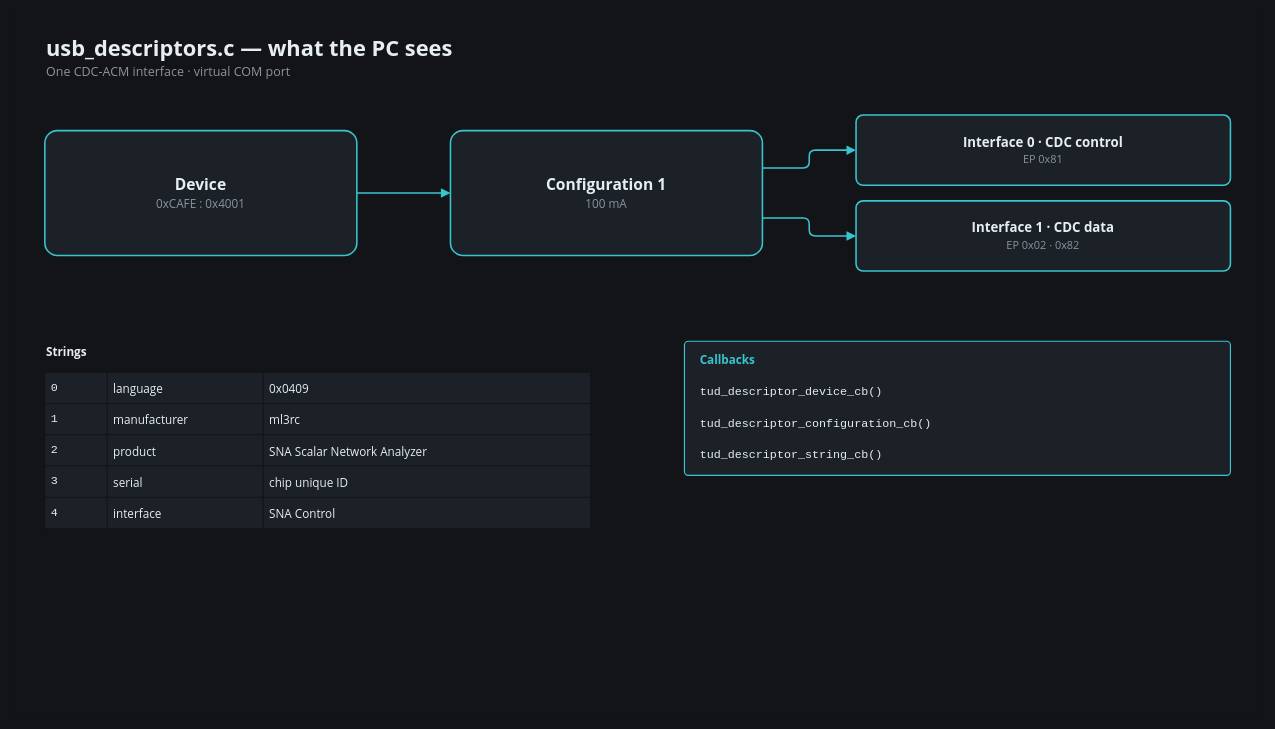
The draw.io diagram docs/presentation/diagrams/code-16-usb-descriptors.drawio in ml3rc/SNA, before the edit. Source tidied: cells renumbered, new cells numbered last; positions are measured from the earlier drawing's top-left corner, leaving out a move shared by most shapes. Both pictures are drawn from the tidied source at 78%, with x=0, y=0 at pixel (13, 13).
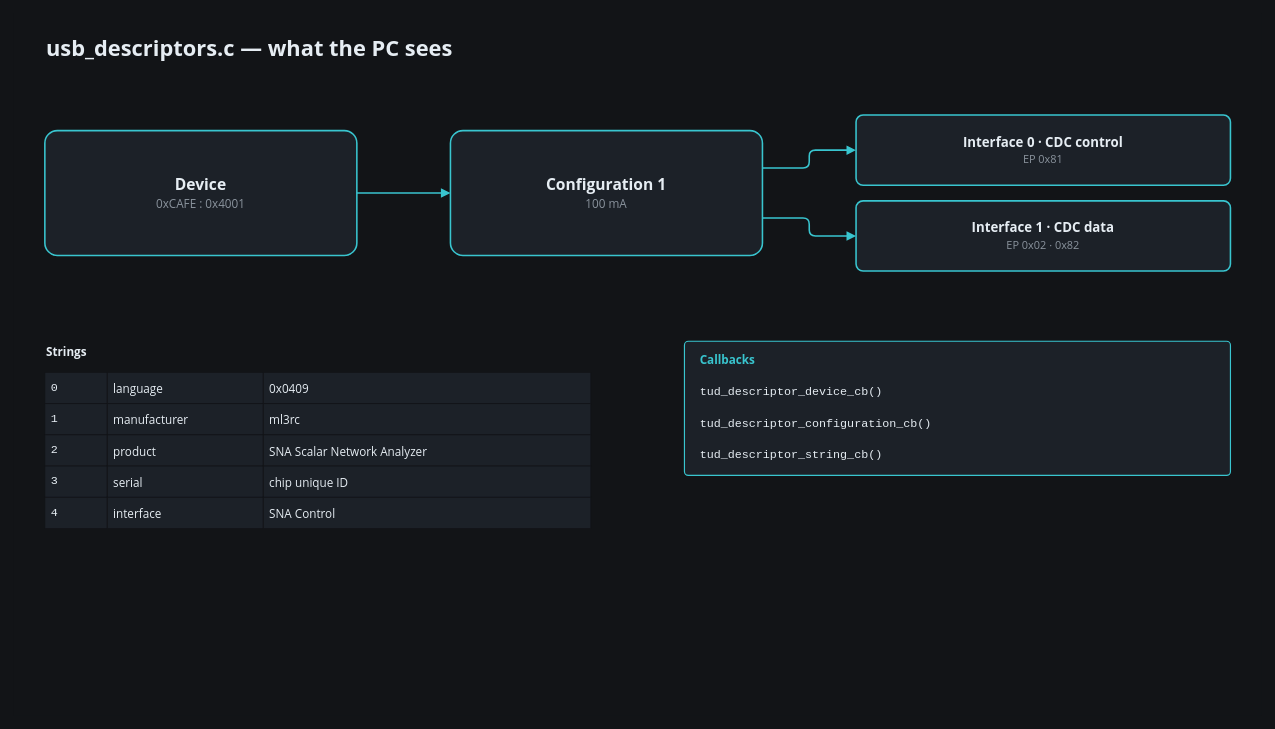
The same page after the edit.

Change to the diagram source:
```diff
@@
-    <mxCell id="4" value="One CDC-ACM interface · virtual COM port" style="text;html=1;whiteSpace=wrap;strokeColor=none;fillColor=none;fontColor=#8B949E;fontFamily=Segoe UI;fontSize=16;fontStyle=0;align=left;verticalAlign=middle;" parent="1" vertex="1">
-      <mxGeometry x="40" y="62" width="1520" height="26" as="geometry" />
-    </mxCell>
```
